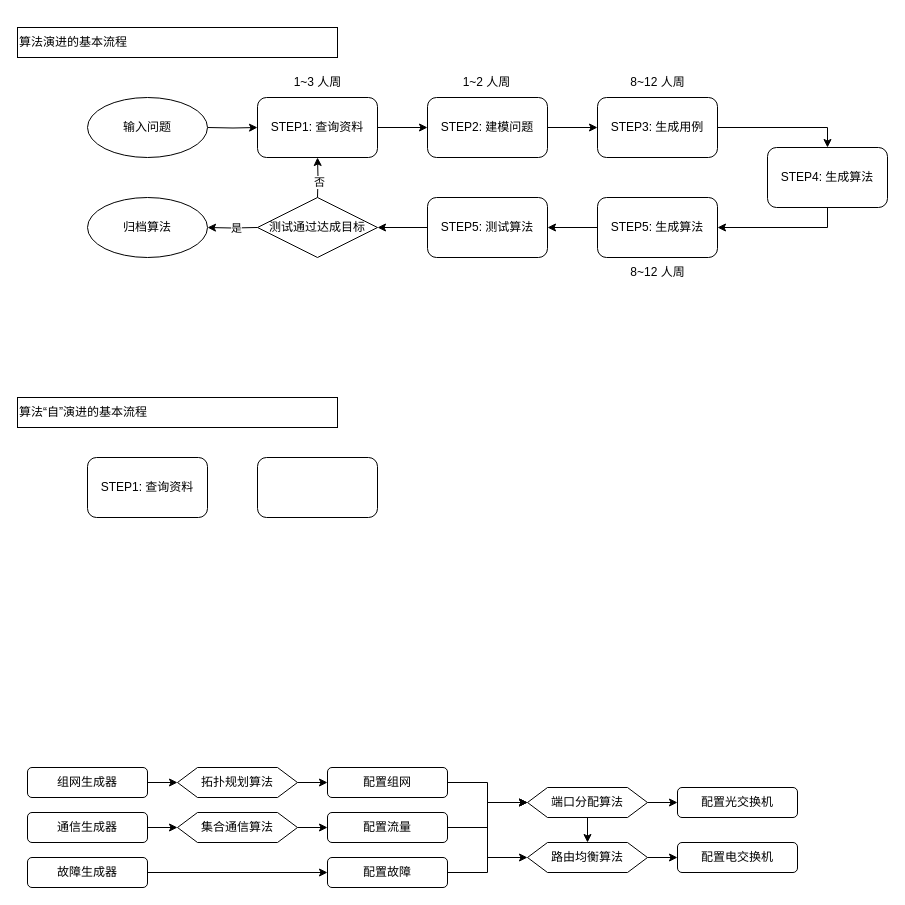
Before: page "传统算法开发的基本流程" (1 of 2) of oecs/算法自演进平台.drawio in Mappy007/draw-repo, a draw.io diagram. Source tidied: cells renumbered, new cells numbered last; positions are measured from the earlier drawing's top-left corner, leaving out a move shared by most shapes. Both pictures are drawn from the tidied source at 100%, with x=0, y=0 at pixel (17, 27).
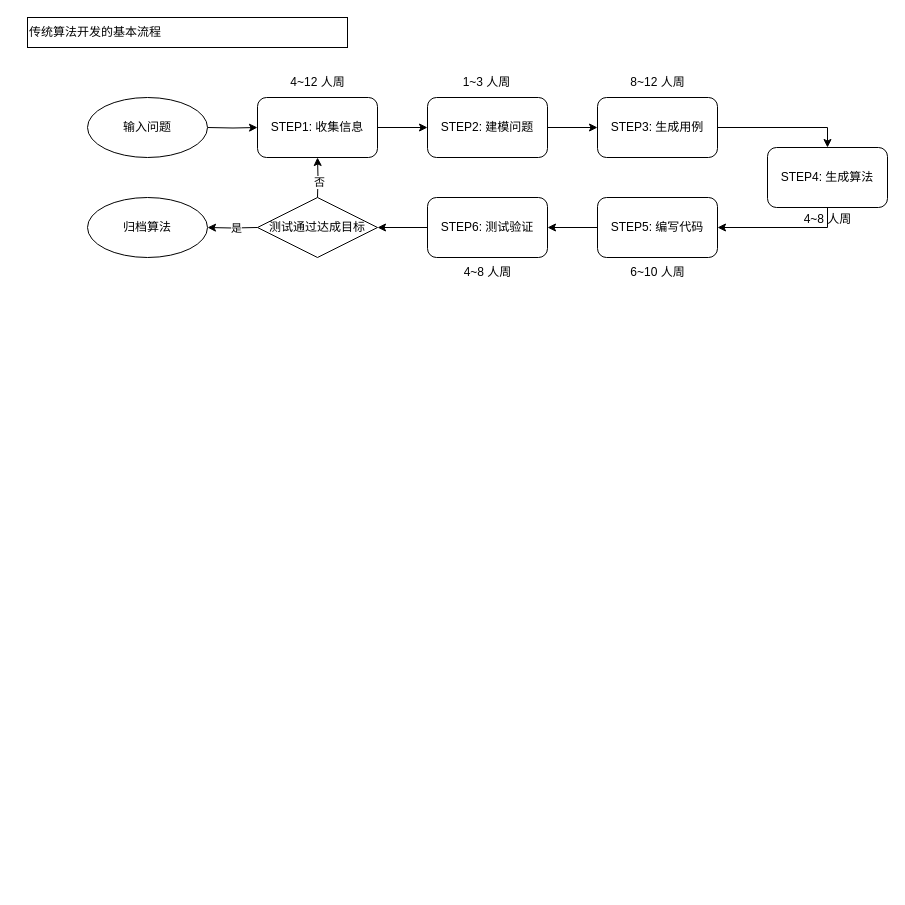
The same page after the edit.

Commit message (it also covers changes not shown here):
更新算法自演进平台.drawio

What changed in the source:
```diff
@@
-    <mxCell id="9" value="STEP5:&amp;nbsp;测试算法" style="rounded=1;whiteSpace=wrap;html=1;" parent="1" vertex="1">
+    <mxCell id="9" value="STEP6: 测试验证" style="rounded=1;whiteSpace=wrap;html=1;" parent="1" vertex="1">
       <mxGeometry x="410" y="170" width="120" height="60" as="geometry" />
     </mxCell>
@@
-    <mxCell id="11" value="STEP1:&amp;nbsp;查询资料" style="rounded=1;whiteSpace=wrap;html=1;" parent="1" vertex="1">
+    <mxCell id="11" value="STEP1: 收集信息" style="rounded=1;whiteSpace=wrap;html=1;" parent="1" vertex="1">
       <mxGeometry x="240" y="70" width="120" height="60" as="geometry" />
     </mxCell>
@@
-    <mxCell id="20" style="edgeStyle=orthogonalEdgeStyle;rounded=0;jettySize=auto;html=1;exitX=1;exitY=0.5;exitDx=0;exitDy=0;entryX=0;entryY=0.5;entryDx=0;entryDy=0;" parent="1" edge="1" source="21" target="27">
-      <mxGeometry relative="1" as="geometry" />
-    </mxCell>
-    <mxCell id="21" value="组网生成器" style="rounded=1;whiteSpace=wrap;html=1;" parent="1" vertex="1">
-      <mxGeometry x="10" y="740" width="120" height="30" as="geometry" />
-    </mxCell>
-    <mxCell id="22" style="edgeStyle=orthogonalEdgeStyle;rounded=0;jettySize=auto;html=1;exitX=1;exitY=0.5;exitDx=0;exitDy=0;entryX=0;entryY=0.5;entryDx=0;entryDy=0;" parent="1" edge="1" source="23" target="34">
-      <mxGeometry relative="1" as="geometry" />
-    </mxCell>
-    <mxCell id="23" value="通信生成器" style="rounded=1;whiteSpace=wrap;html=1;" parent="1" vertex="1">
-      <mxGeometry x="10" y="785" width="120" height="30" as="geometry" />
-    </mxCell>
-    <mxCell id="24" style="edgeStyle=orthogonalEdgeStyle;rounded=0;jettySize=auto;html=1;exitX=1;exitY=0.5;exitDx=0;exitDy=0;" parent="1" edge="1" source="25" target="36">
-      <mxGeometry relative="1" as="geometry" />
-    </mxCell>
-    <mxCell id="25" value="故障生成器" style="rounded=1;whiteSpace=wrap;html=1;" parent="1" vertex="1">
-      <mxGeometry x="10" y="830" width="120" height="30" as="geometry" />
-    </mxCell>
-    <mxCell id="26" style="edgeStyle=orthogonalEdgeStyle;rounded=0;jettySize=auto;html=1;exitX=1;exitY=0.5;exitDx=0;exitDy=0;entryX=0;entryY=0.5;entryDx=0;entryDy=0;" parent="1" edge="1" source="27" target="29">
-      <mxGeometry relative="1" as="geometry" />
-    </mxCell>
-    <mxCell id="27" value="拓扑规划算法" style="shape=hexagon;perimeter=hexagonPerimeter2;whiteSpace=wrap;html=1;shapeInside=1;fixedSize=1;" parent="1" vertex="1">
-      <mxGeometry x="160" y="740" width="120" height="30" as="geometry" />
-    </mxCell>
-    <mxCell id="28" style="edgeStyle=orthogonalEdgeStyle;rounded=0;jettySize=auto;html=1;exitX=1;exitY=0.5;exitDx=0;exitDy=0;entryX=0;entryY=0.5;entryDx=0;entryDy=0;" parent="1" edge="1" source="29" target="39">
-      <mxGeometry relative="1" as="geometry" />
-    </mxCell>
-    <mxCell id="29" value="配置组网" style="rounded=1;whiteSpace=wrap;html=1;" parent="1" vertex="1">
-      <mxGeometry x="310" y="740" width="120" height="30" as="geometry" />
-    </mxCell>
-    <mxCell id="30" style="edgeStyle=orthogonalEdgeStyle;rounded=0;jettySize=auto;html=1;exitX=1;exitY=0.5;exitDx=0;exitDy=0;entryX=0;entryY=0.5;entryDx=0;entryDy=0;" parent="1" edge="1" source="32" target="39">
-      <mxGeometry relative="1" as="geometry" />
-    </mxCell>
-    <mxCell id="31" style="edgeStyle=orthogonalEdgeStyle;rounded=0;jettySize=auto;html=1;exitX=1;exitY=0.5;exitDx=0;exitDy=0;entryX=0;entryY=0.5;entryDx=0;entryDy=0;" parent="1" edge="1" source="32" target="41">
-      <mxGeometry relative="1" as="geometry" />
-    </mxCell>
-    <mxCell id="32" value="配置流量" style="rounded=1;whiteSpace=wrap;html=1;" parent="1" vertex="1">
-      <mxGeometry x="310" y="785" width="120" height="30" as="geometry" />
-    </mxCell>
-    <mxCell id="33" style="edgeStyle=orthogonalEdgeStyle;rounded=0;jettySize=auto;html=1;exitX=1;exitY=0.5;exitDx=0;exitDy=0;entryX=0;entryY=0.5;entryDx=0;entryDy=0;" parent="1" edge="1" source="34" target="32">
-      <mxGeometry relative="1" as="geometry" />
-    </mxCell>
-    <mxCell id="34" value="集合通信算法" style="shape=hexagon;perimeter=hexagonPerimeter2;whiteSpace=wrap;html=1;shapeInside=1;fixedSize=1;" parent="1" vertex="1">
-      <mxGeometry x="160" y="785" width="120" height="30" as="geometry" />
-    </mxCell>
-    <mxCell id="35" style="edgeStyle=orthogonalEdgeStyle;rounded=0;jettySize=auto;html=1;exitX=1;exitY=0.5;exitDx=0;exitDy=0;entryX=0;entryY=0.5;entryDx=0;entryDy=0;" parent="1" edge="1" source="36" target="39">
-      <mxGeometry relative="1" as="geometry" />
-    </mxCell>
-    <mxCell id="36" value="配置故障" style="rounded=1;whiteSpace=wrap;html=1;" parent="1" vertex="1">
-      <mxGeometry x="310" y="830" width="120" height="30" as="geometry" />
-    </mxCell>
-    <mxCell id="37" style="edgeStyle=orthogonalEdgeStyle;rounded=0;jettySize=auto;html=1;exitX=0.5;exitY=1;exitDx=0;exitDy=0;entryX=0.5;entryY=0;entryDx=0;entryDy=0;" parent="1" edge="1" source="39" target="41">
-      <mxGeometry relative="1" as="geometry" />
-    </mxCell>
-    <mxCell id="38" style="edgeStyle=orthogonalEdgeStyle;rounded=0;jettySize=auto;html=1;exitX=1;exitY=0.5;exitDx=0;exitDy=0;entryX=0;entryY=0.5;entryDx=0;entryDy=0;" parent="1" edge="1" source="39" target="42">
-      <mxGeometry relative="1" as="geometry" />
-    </mxCell>
-    <mxCell id="39" value="端口分配算法" style="shape=hexagon;perimeter=hexagonPerimeter2;whiteSpace=wrap;html=1;shapeInside=1;fixedSize=1;" parent="1" vertex="1">
-      <mxGeometry x="510" y="760" width="120" height="30" as="geometry" />
-    </mxCell>
-    <mxCell id="40" style="edgeStyle=orthogonalEdgeStyle;rounded=0;jettySize=auto;html=1;exitX=1;exitY=0.5;exitDx=0;exitDy=0;entryX=0;entryY=0.5;entryDx=0;entryDy=0;" parent="1" edge="1" source="41" target="43">
-      <mxGeometry relative="1" as="geometry" />
-    </mxCell>
-    <mxCell id="41" value="路由均衡算法" style="shape=hexagon;perimeter=hexagonPerimeter2;whiteSpace=wrap;html=1;shapeInside=1;fixedSize=1;" parent="1" vertex="1">
-      <mxGeometry x="510" y="815" width="120" height="30" as="geometry" />
-    </mxCell>
-    <mxCell id="42" value="配置光交换机" style="rounded=1;whiteSpace=wrap;html=1;" parent="1" vertex="1">
-      <mxGeometry x="660" y="760" width="120" height="30" as="geometry" />
-    </mxCell>
-    <mxCell id="43" value="配置电交换机" style="rounded=1;whiteSpace=wrap;html=1;" parent="1" vertex="1">
-      <mxGeometry x="660" y="815" width="120" height="30" as="geometry" />
-    </mxCell>
-    <mxCell id="44" value="算法演进的基本流程" style="rounded=0;whiteSpace=wrap;html=1;align=left;" parent="1" vertex="1">
-      <mxGeometry width="320" height="30" as="geometry" />
+    <mxCell id="44" value="传统算法开发的基本流程" style="rounded=0;whiteSpace=wrap;html=1;align=left;" parent="1" vertex="1">
+      <mxGeometry x="10" y="-10" width="320" height="30" as="geometry" />
     </mxCell>
-    <mxCell id="45" value="算法“自”演进的基本流程" style="rounded=0;whiteSpace=wrap;html=1;align=left;" parent="1" vertex="1">
-      <mxGeometry y="370" width="320" height="30" as="geometry" />
-    </mxCell>
-    <mxCell id="46" value="STEP1:&amp;nbsp;查询资料" style="rounded=1;whiteSpace=wrap;html=1;" parent="1" vertex="1">
-      <mxGeometry x="70" y="430" width="120" height="60" as="geometry" />
-    </mxCell>
-    <mxCell id="47" style="rounded=1;whiteSpace=wrap;html=1;" parent="1" vertex="1">
-      <mxGeometry x="240" y="430" width="120" height="60" as="geometry" />
-    </mxCell>
-    <mxCell id="48" value="1~3 人周" style="rounded=0;whiteSpace=wrap;html=1;strokeColor=none;fillColor=none;" parent="1" vertex="1">
+    <mxCell id="48" value="4~12 人周" style="rounded=0;whiteSpace=wrap;html=1;strokeColor=none;fillColor=none;" parent="1" vertex="1">
       <mxGeometry x="261" y="40" width="79" height="30" as="geometry" />
     </mxCell>
-    <mxCell id="49" value="1~2 人周" style="rounded=0;whiteSpace=wrap;html=1;strokeColor=none;fillColor=none;" parent="1" vertex="1">
+    <mxCell id="49" value="1~3 人周" style="rounded=0;whiteSpace=wrap;html=1;strokeColor=none;fillColor=none;" parent="1" vertex="1">
       <mxGeometry x="430" y="40" width="79" height="30" as="geometry" />
     </mxCell>
@@
-    <mxCell id="51" value="8~12 人周" style="rounded=0;whiteSpace=wrap;html=1;strokeColor=none;fillColor=none;" parent="1" vertex="1">
-      <mxGeometry x="600.5" y="230" width="79" height="30" as="geometry" />
+    <mxCell id="51" value="4~8 人周" style="rounded=0;whiteSpace=wrap;html=1;strokeColor=none;fillColor=none;" parent="1" vertex="1">
+      <mxGeometry x="770.5" y="177" width="79" height="30" as="geometry" />
     </mxCell>
@@
-    <mxCell id="53" value="STEP5:&amp;nbsp;生成算法" style="rounded=1;whiteSpace=wrap;html=1;" parent="1" vertex="1">
+    <mxCell id="53" value="STEP5: 编写代码" style="rounded=1;whiteSpace=wrap;html=1;" parent="1" vertex="1">
       <mxGeometry x="580" y="170" width="120" height="60" as="geometry" />
     </mxCell>
+    <mxCell id="54" value="6~10 人周" style="rounded=0;whiteSpace=wrap;html=1;strokeColor=none;fillColor=none;" parent="1" vertex="1">
+      <mxGeometry x="600.5" y="230" width="79" height="30" as="geometry" />
+    </mxCell>
+    <mxCell id="55" value="4~8 人周" style="rounded=0;whiteSpace=wrap;html=1;strokeColor=none;fillColor=none;" parent="1" vertex="1">
+      <mxGeometry x="431" y="230" width="79" height="30" as="geometry" />
+    </mxCell>
```
